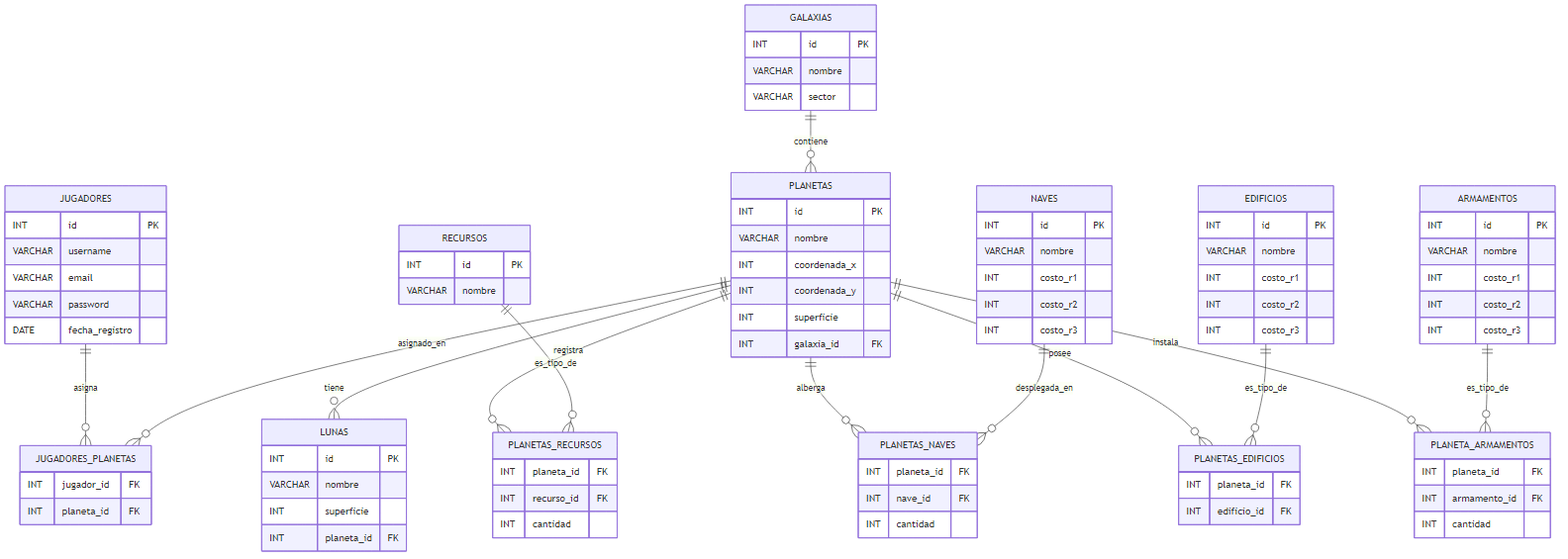
Before: base-de-datos-parcial-1-main/docs/DER.png, a diagram exported from Mermaid (Camila-Ianni/base-de-datos-parcial-1). Its source is kept beside it as base-de-datos-parcial-1-main/docs/DER.imperio.mmd.
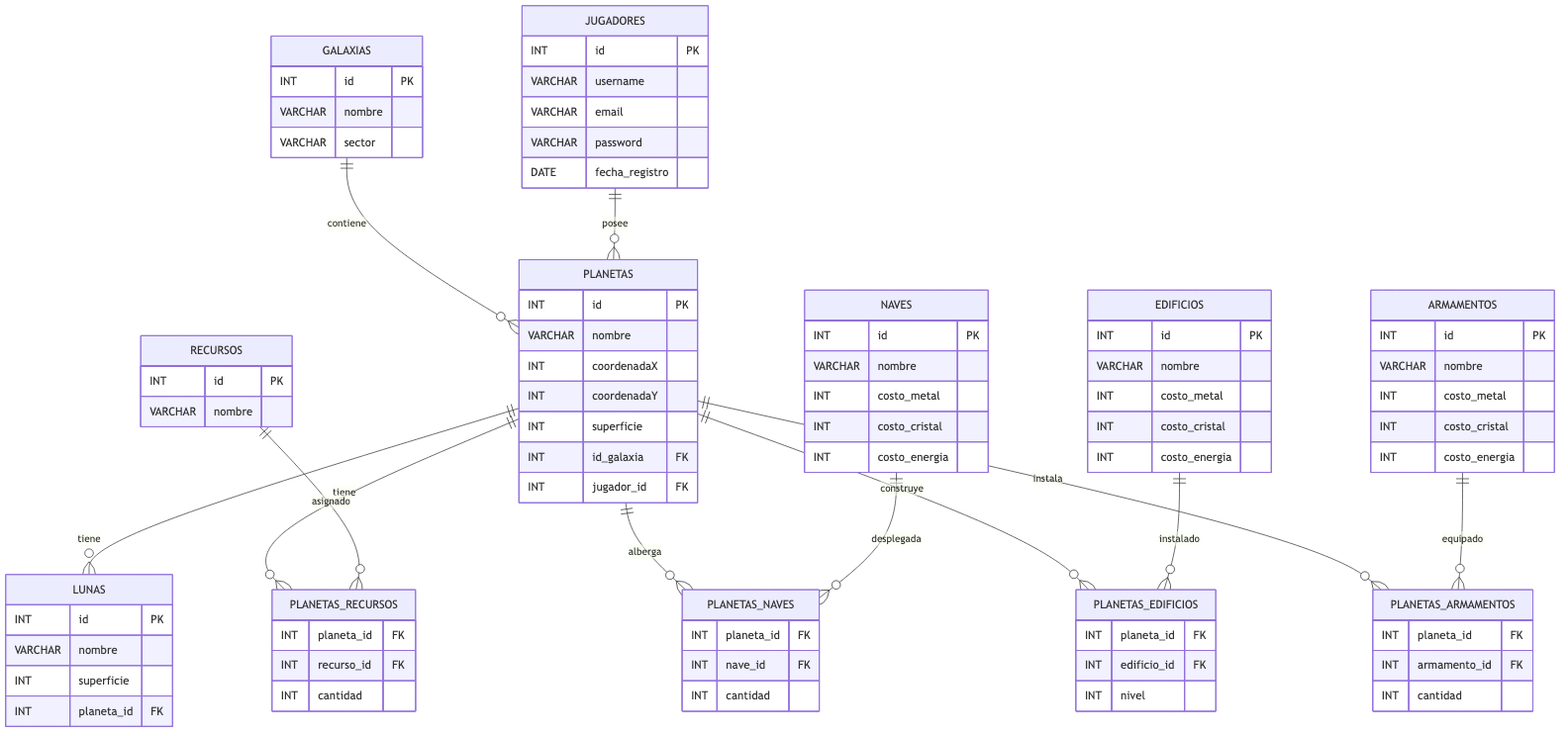
Above is the later version.

Change to the diagram source:
```diff
@@ -7,67 +7,23 @@
         VARCHAR password
         DATE fecha_registro
     }
+
     GALAXIAS {
         INT id PK
         VARCHAR nombre
         VARCHAR sector
     }
+
     PLANETAS {
         INT id PK
         VARCHAR nombre
-        INT coordenada_x
-        INT coordenada_y
+        INT coordenadaX
+        INT coordenadaY
         INT superficie
-        INT galaxia_id FK
+        INT id_galaxia FK
+        INT jugador_id FK
     }
-    JUGADORES_PLANETAS {
-        INT jugador_id FK
-        INT planeta_id FK
-    }
-    RECURSOS {
-        INT id PK
-        VARCHAR nombre
-    }
-    PLANETAS_RECURSOS {
-        INT planeta_id FK
-        INT recurso_id FK
-        INT cantidad
-    }
-    NAVES {
-        INT id PK
-        VARCHAR nombre
-        INT costo_r1
-        INT costo_r2
-        INT costo_r3
-    }
-    PLANETAS_NAVES {
-        INT planeta_id FK
-        INT nave_id FK
-        INT cantidad
-    }
-    EDIFICIOS {
-        INT id PK
-        VARCHAR nombre
-        INT costo_r1
-        INT costo_r2
-        INT costo_r3
-    }
-    PLANETAS_EDIFICIOS {
-        INT planeta_id FK
-        INT edificio_id FK
-    }
-    ARMAMENTOS {
-        INT id PK
-        VARCHAR nombre
-        INT costo_r1
-        INT costo_r2
-        INT costo_r3
-    }
-    PLANETA_ARMAMENTOS {
-        INT planeta_id FK
-        INT armamento_id FK
-        INT cantidad
-    }
+
     LUNAS {
         INT id PK
         VARCHAR nombre
@@ -75,19 +31,71 @@
         INT planeta_id FK
     }
 
+    RECURSOS {
+        INT id PK
+        VARCHAR nombre
+    }
+
+    NAVES {
+        INT id PK
+        VARCHAR nombre
+        INT costo_metal
+        INT costo_cristal
+        INT costo_energia
+    }
+
+    EDIFICIOS {
+        INT id PK
+        VARCHAR nombre
+        INT costo_metal
+        INT costo_cristal
+        INT costo_energia
+    }
+
+    ARMAMENTOS {
+        INT id PK
+        VARCHAR nombre
+        INT costo_metal
+        INT costo_cristal
+        INT costo_energia
+    }
+
+    PLANETAS_RECURSOS {
+        INT planeta_id FK
+        INT recurso_id FK
+        INT cantidad
+    }
+
+    PLANETAS_NAVES {
+        INT planeta_id FK
+        INT nave_id FK
+        INT cantidad
+    }
+
+    PLANETAS_EDIFICIOS {
+        INT planeta_id FK
+        INT edificio_id FK
+        INT nivel
+    }
+
+    PLANETAS_ARMAMENTOS {
+        INT planeta_id FK
+        INT armamento_id FK
+        INT cantidad
+    }
+
     GALAXIAS ||--o{ PLANETAS : "contiene"
-    JUGADORES ||--o{ JUGADORES_PLANETAS : "asigna"
-    PLANETAS ||--o{ JUGADORES_PLANETAS : "asignado_en"
+    JUGADORES ||--o{ PLANETAS : "posee"
+    PLANETAS ||--o{ LUNAS : "tiene"
 
-    PLANETAS ||--o{ LUNAS : "tiene"
-    PLANETAS ||--o{ PLANETAS_RECURSOS : "registra"
-    RECURSOS ||--o{ PLANETAS_RECURSOS : "es_tipo_de"
+    PLANETAS ||--o{ PLANETAS_RECURSOS : "tiene"
+    RECURSOS ||--o{ PLANETAS_RECURSOS : "asignado"
 
     PLANETAS ||--o{ PLANETAS_NAVES : "alberga"
-    NAVES ||--o{ PLANETAS_NAVES : "desplegada_en"
+    NAVES ||--o{ PLANETAS_NAVES : "desplegada"
 
-    PLANETAS ||--o{ PLANETAS_EDIFICIOS : "posee"
-    EDIFICIOS ||--o{ PLANETAS_EDIFICIOS : "es_tipo_de"
+    PLANETAS ||--o{ PLANETAS_EDIFICIOS : "construye"
+    EDIFICIOS ||--o{ PLANETAS_EDIFICIOS : "instalado"
 
-    PLANETAS ||--o{ PLANETA_ARMAMENTOS : "instala"
-    ARMAMENTOS ||--o{ PLANETA_ARMAMENTOS : "es_tipo_de"
+    PLANETAS ||--o{ PLANETAS_ARMAMENTOS : "instala"
+    ARMAMENTOS ||--o{ PLANETAS_ARMAMENTOS : "equipado"
```
